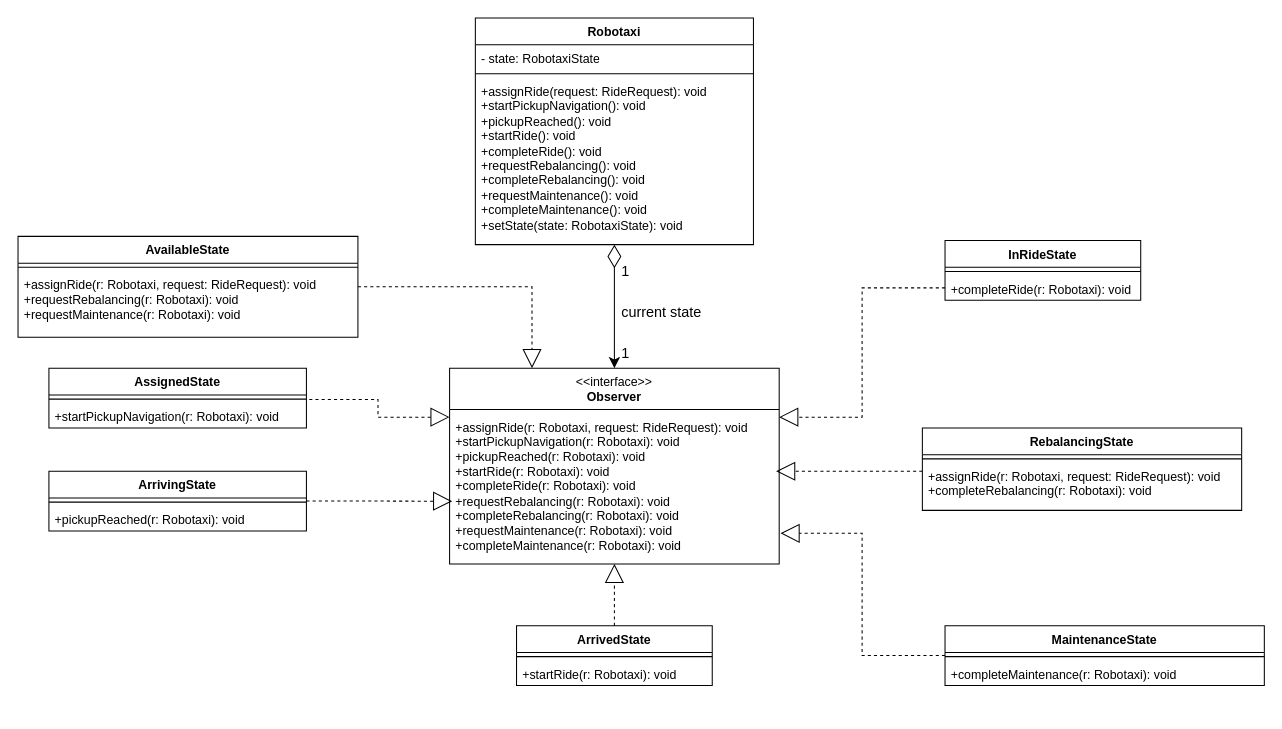
Before: DD/diagrams/class_diagrams/robotaxi_state.drawio in meggie-0/SE4A_ROAd_MargheritaBertipaglia_DavidCazzaniga_PasqualeIgnarra_Project, a draw.io diagram. Source tidied: cells renumbered, new cells numbered last; positions are measured from the earlier drawing's top-left corner, leaving out a move shared by most shapes. Both pictures are drawn from the tidied source at 103%, with x=0, y=0 at pixel (18, 18).
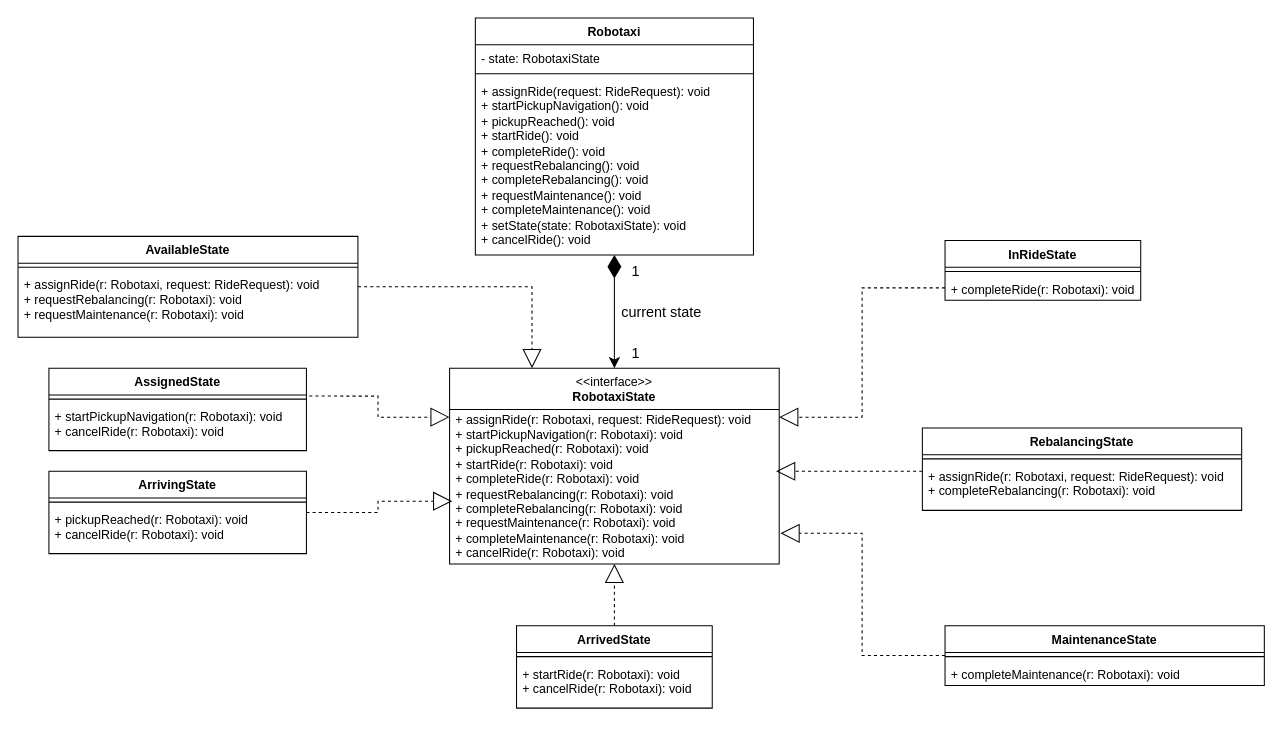
After the change.

The change refers to these unchanged cells:
```xml
<mxCell id="12" value="AvailableState" style="swimlane;fontStyle=1;align=center;verticalAlign=top;horizontal=1;startSize=26;whiteSpace=wrap;html=1;" parent="1" vertex="1">
  <mxGeometry y="212" width="330" height="98" as="geometry" />
</mxCell>
<mxCell id="21" value="InRideState" style="swimlane;fontStyle=1;align=center;verticalAlign=top;horizontal=1;startSize=26;whiteSpace=wrap;html=1;" parent="1" vertex="1">
  <mxGeometry x="900" y="216" width="190" height="58" as="geometry" />
</mxCell>
<mxCell id="25" value="RebalancingState" style="swimlane;fontStyle=1;align=center;verticalAlign=top;horizontal=1;startSize=26;whiteSpace=wrap;html=1;" parent="1" vertex="1">
  <mxGeometry x="878" y="398" width="310" height="80" as="geometry" />
</mxCell>
<mxCell id="31" value="MaintenanceState" style="swimlane;fontStyle=1;align=center;verticalAlign=top;horizontal=1;startSize=26;whiteSpace=wrap;html=1;" parent="1" vertex="1">
  <mxGeometry x="900" y="590" width="310" height="58" as="geometry" />
</mxCell>
```

Change to the diagram source:
```diff
@@
-    <mxCell id="2" style="edgeStyle=none;curved=1;rounded=0;jettySize=auto;html=1;fontSize=12;startSize=20;endSize=8;startArrow=diamondThin;startFill=0;entryX=0.5;entryY=0;entryDx=0;entryDy=0;" parent="1" edge="1" source="3" target="7">
+    <mxCell id="2" style="edgeStyle=none;curved=1;rounded=0;jettySize=auto;html=1;fontSize=12;startSize=20;endSize=8;startArrow=diamondThin;startFill=1;entryX=0.5;entryY=0;entryDx=0;entryDy=0;" parent="1" edge="1" source="3" target="7">
       <mxGeometry relative="1" as="geometry" />
     </mxCell>
     <mxCell id="3" value="Robotaxi" style="swimlane;fontStyle=1;align=center;verticalAlign=top;horizontal=1;startSize=26;whiteSpace=wrap;html=1;" parent="1" vertex="1">
-      <mxGeometry x="444" width="270" height="220" as="geometry" />
+      <mxGeometry x="444" width="270" height="230" as="geometry" />
     </mxCell>
@@
-    <mxCell id="6" value="&lt;div&gt;+assignRide(request: RideRequest): void&lt;br/&gt;+startPickupNavigation(): void&lt;br/&gt;+pickupReached(): void&lt;br/&gt;+startRide(): void&lt;br/&gt;+completeRide(): void&lt;br/&gt;+requestRebalancing(): void&lt;br/&gt;+completeRebalancing(): void&lt;br/&gt;+requestMaintenance(): void&lt;br/&gt;+completeMaintenance(): void&lt;br/&gt;+setState(state: RobotaxiState): void&lt;/div&gt;" style="text;strokeColor=none;fillColor=none;align=left;verticalAlign=top;spacingLeft=4;spacingRight=4;overflow=hidden;whiteSpace=wrap;html=1;" parent="3" vertex="1">
-      <mxGeometry y="58" width="270" height="162" as="geometry" />
+    <mxCell id="6" value="&lt;div&gt;+ assignRide(request: RideRequest): void&lt;br&gt;+ startPickupNavigation(): void&lt;br&gt;+ pickupReached(): void&lt;br&gt;+ startRide(): void&lt;br&gt;+ completeRide(): void&lt;br&gt;+ requestRebalancing(): void&lt;br&gt;+ completeRebalancing(): void&lt;br&gt;+ requestMaintenance(): void&lt;br&gt;+ completeMaintenance(): void&lt;br&gt;+ setState(state: RobotaxiState): void&lt;/div&gt;&lt;div&gt;+ cancelRide(): void&lt;/div&gt;" style="text;strokeColor=none;fillColor=none;align=left;verticalAlign=top;spacingLeft=4;spacingRight=4;overflow=hidden;whiteSpace=wrap;html=1;" parent="3" vertex="1">
+      <mxGeometry y="58" width="270" height="172" as="geometry" />
     </mxCell>
-    <mxCell id="7" value="&lt;div&gt;&amp;lt;&amp;lt;interface&amp;gt;&amp;gt;&lt;/div&gt;&lt;div&gt;&lt;b&gt;Observer&lt;/b&gt;&lt;/div&gt;" style="swimlane;fontStyle=0;align=center;verticalAlign=top;horizontal=1;startSize=40;html=1;whiteSpace=wrap;" parent="1" vertex="1">
+    <mxCell id="7" value="&lt;div&gt;&amp;lt;&amp;lt;interface&amp;gt;&amp;gt;&lt;/div&gt;&lt;div&gt;&lt;b&gt;RobotaxiState&lt;/b&gt;&lt;/div&gt;" style="swimlane;fontStyle=0;align=center;verticalAlign=top;horizontal=1;startSize=40;html=1;whiteSpace=wrap;" parent="1" vertex="1">
       <mxGeometry x="419" y="340" width="320" height="190" as="geometry" />
     </mxCell>
-    <mxCell id="8" value="+assignRide(r: Robotaxi, request: RideRequest): void&lt;br/&gt;+startPickupNavigation(r: Robotaxi): void&lt;br/&gt;+pickupReached(r: Robotaxi): void&lt;br/&gt;+startRide(r: Robotaxi): void&lt;br/&gt;+completeRide(r: Robotaxi): void&lt;br/&gt;+requestRebalancing(r: Robotaxi): void&lt;br/&gt;+completeRebalancing(r: Robotaxi): void&lt;br/&gt;+requestMaintenance(r: Robotaxi): void&lt;br/&gt;+completeMaintenance(r: Robotaxi): void" style="text;html=1;strokeColor=none;fillColor=none;align=left;verticalAlign=middle;spacingLeft=4;spacingRight=4;overflow=hidden;points=[[0,0.5],[1,0.5]];portConstraint=eastwest;whiteSpace=wrap;" parent="7" vertex="1">
+    <mxCell id="8" value="+ assignRide(r: Robotaxi, request: RideRequest): void&lt;br&gt;+ startPickupNavigation(r: Robotaxi): void&lt;br&gt;+ pickupReached(r: Robotaxi): void&lt;br&gt;+ startRide(r: Robotaxi): void&lt;br&gt;+ completeRide(r: Robotaxi): void&lt;br&gt;+ requestRebalancing(r: Robotaxi): void&lt;br&gt;+ completeRebalancing(r: Robotaxi): void&lt;br&gt;+ requestMaintenance(r: Robotaxi): void&lt;br&gt;+ completeMaintenance(r: Robotaxi): void&lt;div&gt;+ cancelRide(r: Robotaxi): void&lt;/div&gt;" style="text;html=1;strokeColor=none;fillColor=none;align=left;verticalAlign=middle;spacingLeft=4;spacingRight=4;overflow=hidden;points=[[0,0.5],[1,0.5]];portConstraint=eastwest;whiteSpace=wrap;" parent="7" vertex="1">
       <mxGeometry y="40" width="320" height="150" as="geometry" />
     </mxCell>
     <mxCell id="9" value="&lt;font style=&quot;font-size: 14px;&quot;&gt;1&lt;/font&gt;" style="text;html=1;whiteSpace=wrap;strokeColor=none;fillColor=none;align=center;verticalAlign=middle;rounded=0;fontSize=16;" parent="1" vertex="1">
-      <mxGeometry x="560" y="230" width="60" height="30" as="geometry" />
+      <mxGeometry x="570" y="230" width="60" height="30" as="geometry" />
     </mxCell>
     <mxCell id="10" value="&lt;font style=&quot;font-size: 14px;&quot;&gt;1&lt;/font&gt;" style="text;html=1;whiteSpace=wrap;strokeColor=none;fillColor=none;align=center;verticalAlign=middle;rounded=0;fontSize=16;" parent="1" vertex="1">
-      <mxGeometry x="560" y="310" width="60" height="30" as="geometry" />
+      <mxGeometry x="570" y="310" width="60" height="30" as="geometry" />
     </mxCell>
@@
-    <mxCell id="14" value="&lt;div&gt;+assignRide(r: Robotaxi, request: RideRequest): void&lt;br/&gt;+requestRebalancing(r: Robotaxi): void&lt;br/&gt;+requestMaintenance(r: Robotaxi): void&lt;/div&gt;" style="text;strokeColor=none;fillColor=none;align=left;verticalAlign=top;spacingLeft=4;spacingRight=4;overflow=hidden;whiteSpace=wrap;html=1;" parent="12" vertex="1">
+    <mxCell id="14" value="&lt;div&gt;+ assignRide(r: Robotaxi, request: RideRequest): void&lt;br&gt;+ requestRebalancing(r: Robotaxi): void&lt;br&gt;+ requestMaintenance(r: Robotaxi): void&lt;/div&gt;" style="text;strokeColor=none;fillColor=none;align=left;verticalAlign=top;spacingLeft=4;spacingRight=4;overflow=hidden;whiteSpace=wrap;html=1;" parent="12" vertex="1">
       <mxGeometry y="34" width="330" height="64" as="geometry" />
     </mxCell>
     <mxCell id="15" value="AssignedState" style="swimlane;fontStyle=1;align=center;verticalAlign=top;horizontal=1;startSize=26;whiteSpace=wrap;html=1;" parent="1" vertex="1">
-      <mxGeometry x="30" y="340" width="250" height="58" as="geometry" />
+      <mxGeometry x="30" y="340" width="250" height="80" as="geometry" />
     </mxCell>
@@
-    <mxCell id="17" value="+startPickupNavigation(r: Robotaxi): void" style="text;strokeColor=none;fillColor=none;align=left;verticalAlign=top;spacingLeft=4;spacingRight=4;overflow=hidden;points=[[0,0.5],[1,0.5]];portConstraint=eastwest;whiteSpace=wrap;html=1;" parent="15" vertex="1">
-      <mxGeometry y="34" width="250" height="24" as="geometry" />
+    <mxCell id="17" value="+ startPickupNavigation(r: Robotaxi): void&lt;div&gt;+ cancelRide(r: Robotaxi): void&lt;/div&gt;" style="text;strokeColor=none;fillColor=none;align=left;verticalAlign=top;spacingLeft=4;spacingRight=4;overflow=hidden;points=[[0,0.5],[1,0.5]];portConstraint=eastwest;whiteSpace=wrap;html=1;" parent="15" vertex="1">
+      <mxGeometry y="34" width="250" height="46" as="geometry" />
     </mxCell>
     <mxCell id="18" value="ArrivedState" style="swimlane;fontStyle=1;align=center;verticalAlign=top;horizontal=1;startSize=26;whiteSpace=wrap;html=1;" parent="1" vertex="1">
-      <mxGeometry x="484" y="590" width="190" height="58" as="geometry" />
+      <mxGeometry x="484" y="590" width="190" height="80" as="geometry" />
     </mxCell>
@@
-    <mxCell id="20" value="+startRide(r: Robotaxi): void" style="text;strokeColor=none;fillColor=none;align=left;verticalAlign=top;spacingLeft=4;spacingRight=4;overflow=hidden;whiteSpace=wrap;html=1;" parent="18" vertex="1">
-      <mxGeometry y="34" width="190" height="24" as="geometry" />
+    <mxCell id="20" value="+ startRide(r: Robotaxi): void&lt;div&gt;+ cancelRide(r: Robotaxi): void&lt;/div&gt;" style="text;strokeColor=none;fillColor=none;align=left;verticalAlign=top;spacingLeft=4;spacingRight=4;overflow=hidden;whiteSpace=wrap;html=1;" parent="18" vertex="1">
+      <mxGeometry y="34" width="190" height="46" as="geometry" />
     </mxCell>
@@
-    <mxCell id="23" value="+completeRide(r: Robotaxi): void" style="text;strokeColor=none;fillColor=none;align=left;verticalAlign=top;spacingLeft=4;spacingRight=4;overflow=hidden;points=[[0,0.5],[1,0.5]];portConstraint=eastwest;whiteSpace=wrap;html=1;" parent="21" vertex="1">
+    <mxCell id="23" value="+ completeRide(r: Robotaxi): void" style="text;strokeColor=none;fillColor=none;align=left;verticalAlign=top;spacingLeft=4;spacingRight=4;overflow=hidden;points=[[0,0.5],[1,0.5]];portConstraint=eastwest;whiteSpace=wrap;html=1;" parent="21" vertex="1">
       <mxGeometry y="34" width="190" height="24" as="geometry" />
     </mxCell>
@@
-    <mxCell id="27" value="+assignRide(r: Robotaxi, request: RideRequest): void&lt;br/&gt;+completeRebalancing(r: Robotaxi): void" style="text;strokeColor=none;fillColor=none;align=left;verticalAlign=top;spacingLeft=4;spacingRight=4;overflow=hidden;whiteSpace=wrap;html=1;" parent="25" vertex="1">
+    <mxCell id="27" value="+ assignRide(r: Robotaxi, request: RideRequest): void&lt;br&gt;+ completeRebalancing(r: Robotaxi): void" style="text;strokeColor=none;fillColor=none;align=left;verticalAlign=top;spacingLeft=4;spacingRight=4;overflow=hidden;whiteSpace=wrap;html=1;" parent="25" vertex="1">
       <mxGeometry y="34" width="310" height="46" as="geometry" />
     </mxCell>
     <mxCell id="28" value="ArrivingState" style="swimlane;fontStyle=1;align=center;verticalAlign=top;horizontal=1;startSize=26;whiteSpace=wrap;html=1;" parent="1" vertex="1">
-      <mxGeometry x="30" y="440" width="250" height="58" as="geometry" />
+      <mxGeometry x="30" y="440" width="250" height="80" as="geometry" />
     </mxCell>
@@
-    <mxCell id="30" value="+pickupReached(r: Robotaxi): void" style="text;strokeColor=none;fillColor=none;align=left;verticalAlign=top;spacingLeft=4;spacingRight=4;overflow=hidden;whiteSpace=wrap;html=1;" parent="28" vertex="1">
-      <mxGeometry y="34" width="250" height="24" as="geometry" />
+    <mxCell id="30" value="+ pickupReached(r: Robotaxi): void&lt;div&gt;+ cancelRide(r: Robotaxi): void&lt;/div&gt;" style="text;strokeColor=none;fillColor=none;align=left;verticalAlign=top;spacingLeft=4;spacingRight=4;overflow=hidden;whiteSpace=wrap;html=1;" parent="28" vertex="1">
+      <mxGeometry y="34" width="250" height="46" as="geometry" />
     </mxCell>
@@
-    <mxCell id="33" value="+completeMaintenance(r: Robotaxi): void" style="text;strokeColor=none;fillColor=none;align=left;verticalAlign=top;spacingLeft=4;spacingRight=4;overflow=hidden;whiteSpace=wrap;html=1;" parent="31" vertex="1">
+    <mxCell id="33" value="+ completeMaintenance(r: Robotaxi): void" style="text;strokeColor=none;fillColor=none;align=left;verticalAlign=top;spacingLeft=4;spacingRight=4;overflow=hidden;whiteSpace=wrap;html=1;" parent="31" vertex="1">
       <mxGeometry y="34" width="310" height="24" as="geometry" />
     </mxCell>
```
